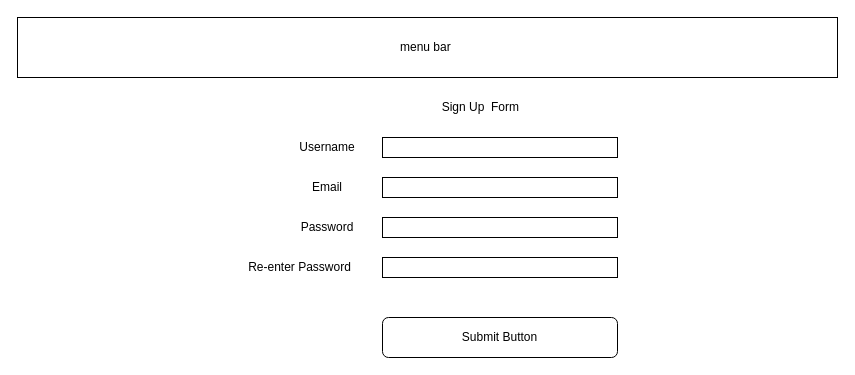
nwankwoGIT/nwankwoGITRepo keeps this draw.io diagram as BusinessSiteExample/WireFrames/SignInPage.drawio. Above is the earlier version. Source tidied: cells renumbered, new cells numbered last; positions are measured from the earlier drawing's top-left corner, leaving out a move shared by most shapes. Both pictures are drawn from the tidied source at 100%, with x=0, y=0 at pixel (17, 17).
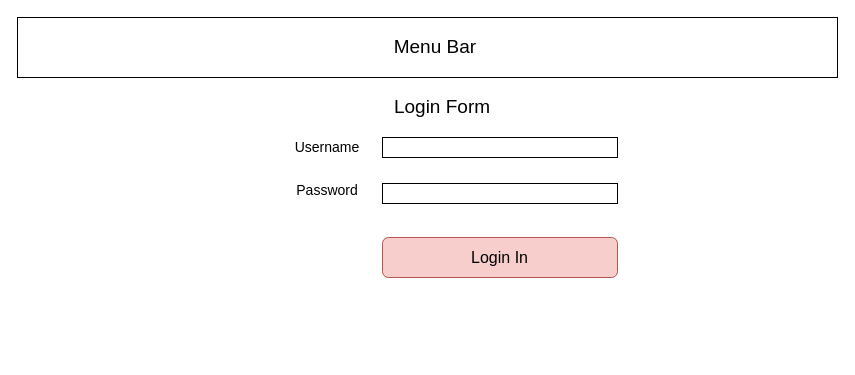
The same diagram, later.

What changed in the source:
```diff
@@
 <mxGraphModel>
   <root>
     <mxCell id="0" />
     <mxCell id="1" parent="0" />
-    <mxCell id="2" value="menu bar&amp;nbsp;" style="rounded=0;whiteSpace=wrap;html=1;" parent="1" vertex="1">
+    <mxCell id="2" value="&lt;font style=&quot;font-size: 19px&quot;&gt;&amp;nbsp; &amp;nbsp; Menu Bar&amp;nbsp;&lt;/font&gt;" style="rounded=0;whiteSpace=wrap;html=1;" parent="1" vertex="1">
       <mxGeometry width="820" height="60" as="geometry" />
     </mxCell>
-    <mxCell id="3" value="Sign Up&amp;nbsp; Form&amp;nbsp;" style="text;html=1;strokeColor=none;fillColor=none;align=center;verticalAlign=middle;whiteSpace=wrap;rounded=0;" parent="1" vertex="1">
-      <mxGeometry x="270" y="80" width="390" height="20" as="geometry" />
+    <mxCell id="3" value="&lt;font style=&quot;font-size: 19px&quot;&gt;Login Form&lt;/font&gt;" style="text;html=1;strokeColor=none;fillColor=none;align=center;verticalAlign=middle;whiteSpace=wrap;rounded=0;" parent="1" vertex="1">
+      <mxGeometry x="230" y="80" width="390" height="20" as="geometry" />
     </mxCell>
-    <mxCell id="4" value="Username" style="text;html=1;strokeColor=none;fillColor=none;align=center;verticalAlign=middle;whiteSpace=wrap;rounded=0;" parent="1" vertex="1">
+    <mxCell id="4" value="&lt;font style=&quot;font-size: 14px&quot;&gt;Username&lt;/font&gt;" style="text;html=1;strokeColor=none;fillColor=none;align=center;verticalAlign=middle;whiteSpace=wrap;rounded=0;" parent="1" vertex="1">
       <mxGeometry x="290" y="120" width="40" height="20" as="geometry" />
     </mxCell>
     <mxCell id="5" style="rounded=0;whiteSpace=wrap;html=1;" parent="1" vertex="1">
       <mxGeometry x="365" y="120" width="235" height="20" as="geometry" />
     </mxCell>
-    <mxCell id="6" value="Password" style="text;html=1;strokeColor=none;fillColor=none;align=center;verticalAlign=middle;whiteSpace=wrap;rounded=0;" parent="1" vertex="1">
-      <mxGeometry x="280" y="200" width="60" height="20" as="geometry" />
+    <mxCell id="6" value="&lt;font style=&quot;font-size: 14px&quot;&gt;Password&lt;/font&gt;" style="text;html=1;strokeColor=none;fillColor=none;align=center;verticalAlign=middle;whiteSpace=wrap;rounded=0;" parent="1" vertex="1">
+      <mxGeometry x="280" y="163" width="60" height="20" as="geometry" />
     </mxCell>
     <mxCell id="7" style="rounded=0;whiteSpace=wrap;html=1;" parent="1" vertex="1">
-      <mxGeometry x="365" y="200" width="235" height="20" as="geometry" />
+      <mxGeometry x="365" y="166" width="235" height="20" as="geometry" />
     </mxCell>
-    <mxCell id="8" value="Submit Button" style="rounded=1;whiteSpace=wrap;html=1;" parent="1" vertex="1">
-      <mxGeometry x="365" y="300" width="235" height="40" as="geometry" />
+    <mxCell id="8" value="&lt;font style=&quot;font-size: 16px&quot;&gt;Login In&lt;/font&gt;" style="rounded=1;whiteSpace=wrap;html=1;fillColor=#f8cecc;strokeColor=#b85450;" parent="1" vertex="1">
+      <mxGeometry x="365" y="220" width="235" height="40" as="geometry" />
     </mxCell>
-    <mxCell id="9" value="Re-enter Password" style="text;html=1;strokeColor=none;fillColor=none;align=center;verticalAlign=middle;whiteSpace=wrap;rounded=0;" parent="1" vertex="1">
-      <mxGeometry x="210" y="240" width="145" height="20" as="geometry" />
-    </mxCell>
-    <mxCell id="10" style="rounded=0;whiteSpace=wrap;html=1;" parent="1" vertex="1">
-      <mxGeometry x="365" y="240" width="235" height="20" as="geometry" />
-    </mxCell>
-    <mxCell id="11" value="Email" style="text;html=1;strokeColor=none;fillColor=none;align=center;verticalAlign=middle;whiteSpace=wrap;rounded=0;" parent="1" vertex="1">
-      <mxGeometry x="280" y="160" width="60" height="20" as="geometry" />
-    </mxCell>
-    <mxCell id="12" style="rounded=0;whiteSpace=wrap;html=1;" parent="1" vertex="1">
-      <mxGeometry x="365" y="160" width="235" height="20" as="geometry" />
-    </mxCell>
   </root>
 </mxGraphModel>
```
